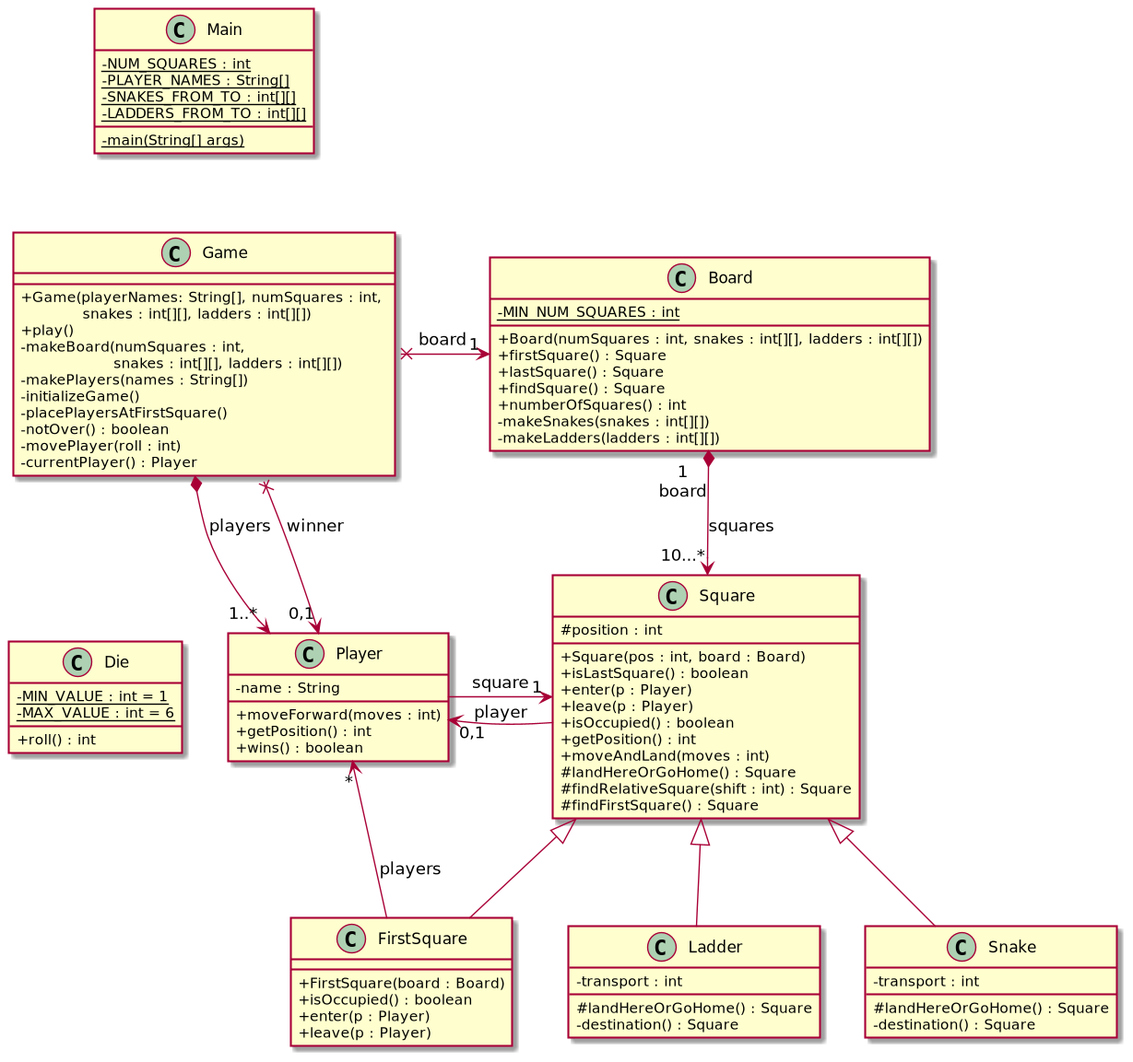
Earlier version of the PlantUML export src/snakesAndLadders.png (nilcamprubi/sd_snakes_and_ladders).
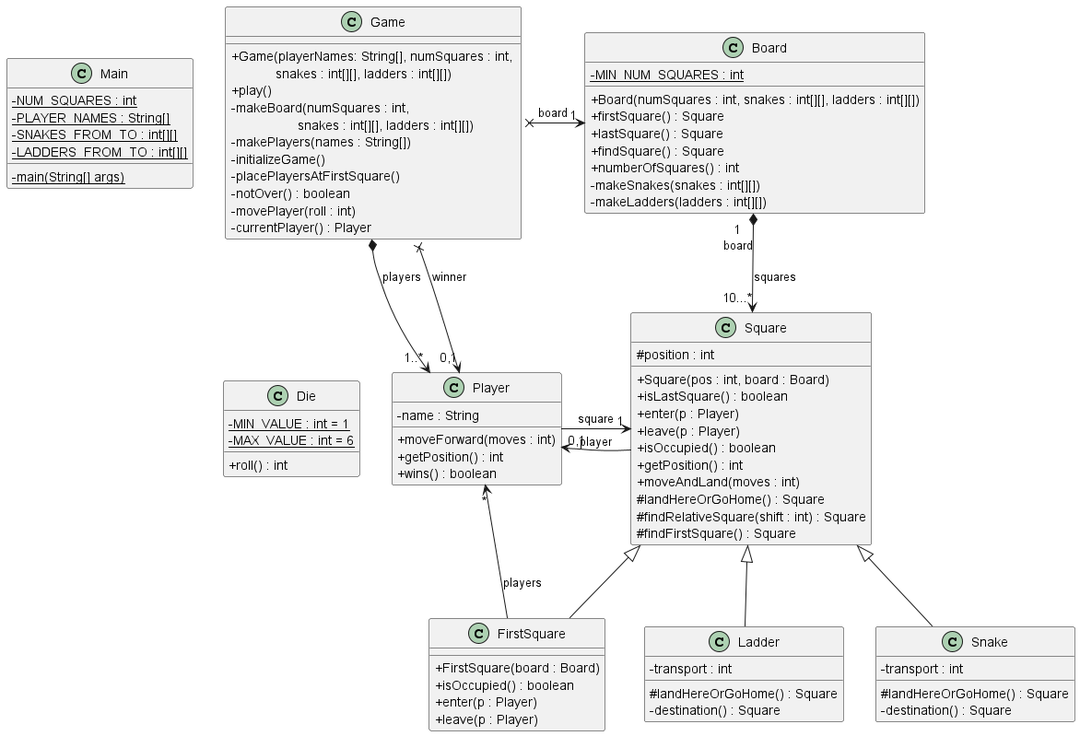
Later version of the same file.

Commit message:
colors diagrama UML

Diff of the diagram source:
```diff
@@ -78,7 +78,7 @@
     + leave(p : Player)
 }
 
-Main -[hidden]down-> Game
+Main -[hidden]right-> Game
 Game -[hidden]down-> Die
 
 Game x--right--> "1" Board : board
```
